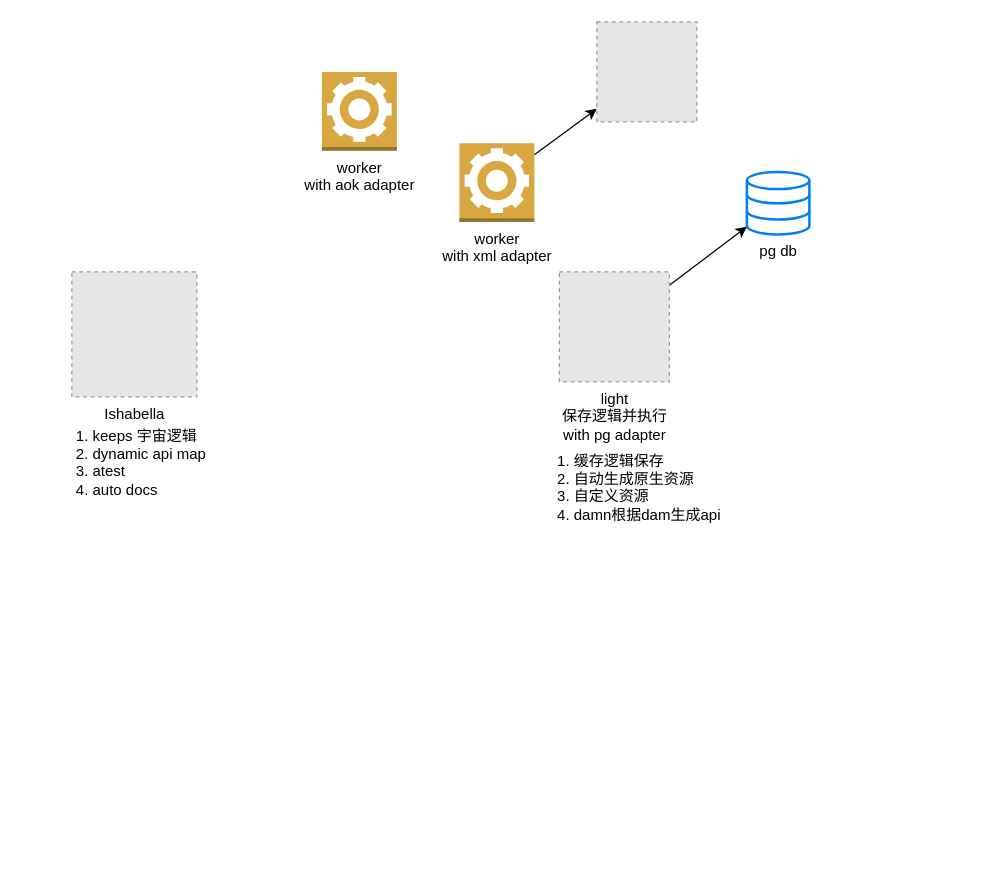
Before: paintfly.drawio in apporoad/paintfly, a draw.io diagram. Source tidied: cells renumbered, new cells numbered last; positions are measured from the earlier drawing's top-left corner, leaving out a move shared by most shapes. Both pictures are drawn from the tidied source at 125%, with x=0, y=0 at pixel (40, 21). Pictures stored in the file or linked from it are replaced by grey dashed boxes.
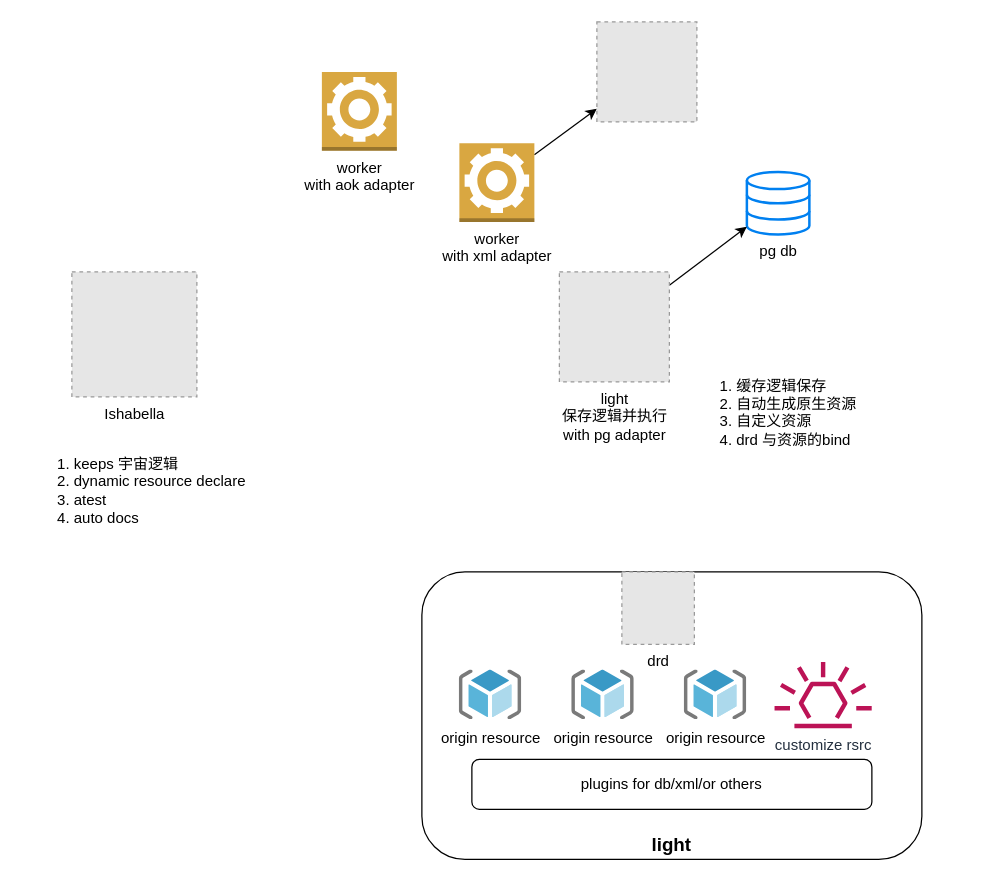
After the change.

Diff of the diagram source:
```diff
@@
 <mxGraphModel>
   <root>
     <mxCell id="0" />
     <mxCell id="1" parent="0" />
     <mxCell id="2" value="Ishabella" style="fillColor=#E6E6E6;strokeColor=#999999;dashed=1;html=1;verticalAlign=top;verticalLabelPosition=bottom;labelBackgroundColor=#ffffff;" parent="1" vertex="1">
       <mxGeometry x="25" y="200" width="100" height="100" as="geometry" />
     </mxCell>
     <mxCell id="3" style="rounded=0;jettySize=auto;html=1;" parent="1" edge="1" source="4" target="6">
       <mxGeometry relative="1" as="geometry" />
     </mxCell>
     <mxCell id="4" value="worker&lt;br&gt;with xml adapter" style="outlineConnect=0;dashed=0;verticalLabelPosition=bottom;verticalAlign=top;align=center;html=1;shape=mxgraph.aws3.worker;fillColor=#D9A741;gradientColor=none;" parent="1" vertex="1">
       <mxGeometry x="335" y="97" width="60" height="63" as="geometry" />
     </mxCell>
     <mxCell id="5" value="worker&lt;br&gt;with aok adapter" style="dashed=0;verticalLabelPosition=bottom;verticalAlign=top;align=center;html=1;shape=mxgraph.aws3.worker;fillColor=#D9A741;gradientColor=none;" parent="1" vertex="1">
       <mxGeometry x="225" y="40" width="60" height="63" as="geometry" />
     </mxCell>
     <mxCell id="6" style="fillColor=#E6E6E6;strokeColor=#999999;dashed=1;html=1;verticalAlign=top;verticalLabelPosition=bottom;labelBackgroundColor=#ffffff;" parent="1" vertex="1">
       <mxGeometry x="445" width="80" height="80" as="geometry" />
     </mxCell>
     <mxCell id="7" value="pg db" style="html=1;verticalLabelPosition=bottom;align=center;labelBackgroundColor=#ffffff;verticalAlign=top;strokeWidth=2;strokeColor=#0080F0;shadow=0;dashed=0;shape=mxgraph.ios7.icons.data;" parent="1" vertex="1">
       <mxGeometry x="565" y="120" width="50" height="50" as="geometry" />
     </mxCell>
-    <mxCell id="8" value="&lt;ol&gt;&lt;li&gt;keeps 宇宙逻辑&lt;/li&gt;&lt;li&gt;dynamic api map&lt;/li&gt;&lt;li&gt;atest&lt;/li&gt;&lt;li&gt;auto docs&lt;/li&gt;&lt;/ol&gt;" style="text;strokeColor=none;fillColor=none;html=1;whiteSpace=wrap;verticalAlign=middle;overflow=hidden;" parent="1" vertex="1">
-      <mxGeometry y="310" width="150" height="80" as="geometry" />
+    <mxCell id="8" value="&lt;ol&gt;&lt;li&gt;keeps 宇宙逻辑&lt;/li&gt;&lt;li&gt;dynamic resource declare&lt;/li&gt;&lt;li&gt;atest&lt;/li&gt;&lt;li&gt;auto docs&lt;/li&gt;&lt;/ol&gt;" style="text;strokeColor=none;fillColor=none;html=1;whiteSpace=wrap;verticalAlign=middle;overflow=hidden;" parent="1" vertex="1">
+      <mxGeometry x="-15" y="320" width="195" height="110" as="geometry" />
     </mxCell>
     <mxCell id="9" style="rounded=0;jettySize=auto;html=1;" parent="1" edge="1" source="10" target="7">
       <mxGeometry relative="1" as="geometry" />
     </mxCell>
     <mxCell id="10" value="light&lt;br&gt;保存逻辑并执行&lt;br&gt;with pg adapter" style="fillColor=#E6E6E6;strokeColor=#999999;dashed=1;html=1;verticalAlign=top;verticalLabelPosition=bottom;labelBackgroundColor=#ffffff;" parent="1" vertex="1">
       <mxGeometry x="415" y="200" width="88" height="88" as="geometry" />
     </mxCell>
-    <mxCell id="11" value="&lt;ol&gt;&lt;li&gt;缓存逻辑保存&lt;/li&gt;&lt;li&gt;自动生成原生资源&lt;/li&gt;&lt;li&gt;自定义资源&lt;/li&gt;&lt;li&gt;damn根据dam生成api&lt;/li&gt;&lt;/ol&gt;" style="text;strokeColor=none;fillColor=none;html=1;whiteSpace=wrap;verticalAlign=middle;overflow=hidden;" parent="1" vertex="1">
-      <mxGeometry x="385" y="330" width="225" height="80" as="geometry" />
+    <mxCell id="11" value="&lt;ol&gt;&lt;li&gt;缓存逻辑保存&lt;/li&gt;&lt;li&gt;自动生成原生资源&lt;/li&gt;&lt;li&gt;自定义资源&lt;/li&gt;&lt;li&gt;drd 与资源的bind&lt;/li&gt;&lt;/ol&gt;" style="text;strokeColor=none;fillColor=none;html=1;whiteSpace=wrap;verticalAlign=middle;overflow=hidden;" parent="1" vertex="1">
+      <mxGeometry x="515" y="270" width="225" height="80" as="geometry" />
     </mxCell>
+    <mxCell id="12" value="light" style="rounded=1;whiteSpace=wrap;html=1;fontStyle=1;verticalAlign=bottom;fontSize=15;" parent="1" vertex="1">
+      <mxGeometry x="305" y="440" width="400" height="230" as="geometry" />
+    </mxCell>
+    <mxCell id="13" value="plugins for db/xml/or others" style="rounded=1;whiteSpace=wrap;html=1;" parent="1" vertex="1">
+      <mxGeometry x="345" y="590" width="320" height="40" as="geometry" />
+    </mxCell>
+    <mxCell id="14" value="customize rsrc" style="fontColor=#232F3E;gradientColor=none;fillColor=#BC1356;strokeColor=none;dashed=0;verticalLabelPosition=bottom;verticalAlign=top;align=center;html=1;fontSize=12;fontStyle=0;shape=mxgraph.aws4.eventbridge_default_event_bus_resource;" parent="1" vertex="1">
+      <mxGeometry x="587" y="512" width="78" height="53" as="geometry" />
+    </mxCell>
+    <mxCell id="15" value="origin resource" style="html=1;align=center;image;fontSize=12;image=img/lib/mscae/ResourceGroup.svg;" parent="1" vertex="1">
+      <mxGeometry x="335" y="518.5" width="50" height="40" as="geometry" />
+    </mxCell>
+    <mxCell id="16" value="origin resource" style="html=1;align=center;image;fontSize=12;image=img/lib/mscae/ResourceGroup.svg;" parent="1" vertex="1">
+      <mxGeometry x="425" y="518.5" width="50" height="40" as="geometry" />
+    </mxCell>
+    <mxCell id="17" value="origin resource" style="html=1;align=center;image;fontSize=12;image=img/lib/mscae/ResourceGroup.svg;" parent="1" vertex="1">
+      <mxGeometry x="515" y="518.5" width="50" height="40" as="geometry" />
+    </mxCell>
+    <mxCell id="18" value="drd" style="fillColor=#E6E6E6;strokeColor=#999999;dashed=1;html=1;verticalAlign=top;verticalLabelPosition=bottom;labelBackgroundColor=#ffffff;" parent="1" vertex="1">
+      <mxGeometry x="465" y="440" width="58" height="58" as="geometry" />
+    </mxCell>
   </root>
 </mxGraphModel>
```
